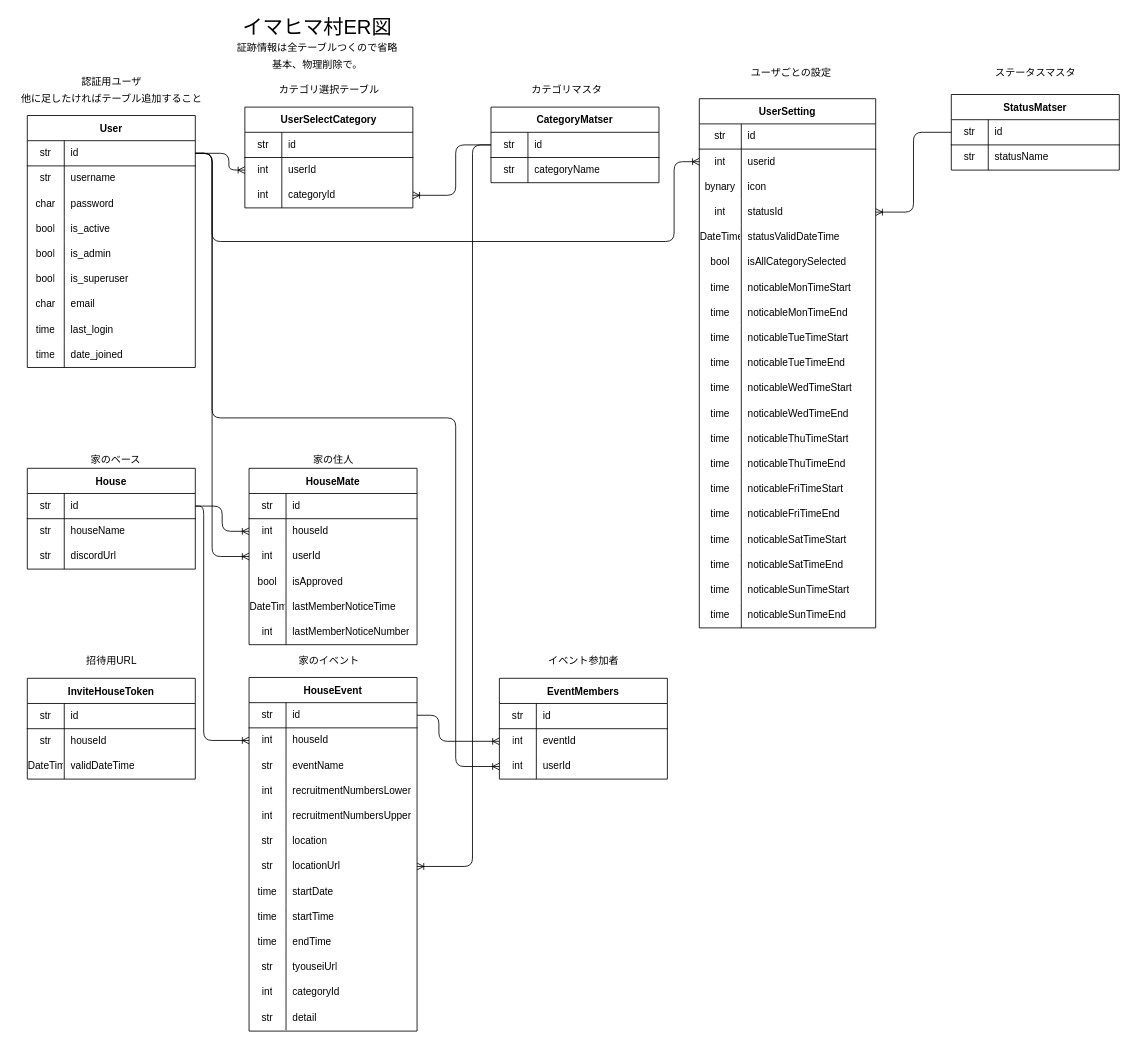
jafady/imahima_mura keeps this draw.io diagram as server/imahima_mura/ER.drawio. Above is the earlier version. Source tidied: cells renumbered, new cells numbered last; positions are measured from the earlier drawing's top-left corner, leaving out a move shared by most shapes. Both pictures are drawn from the tidied source at 84%, with x=0, y=0 at pixel (14, 14).
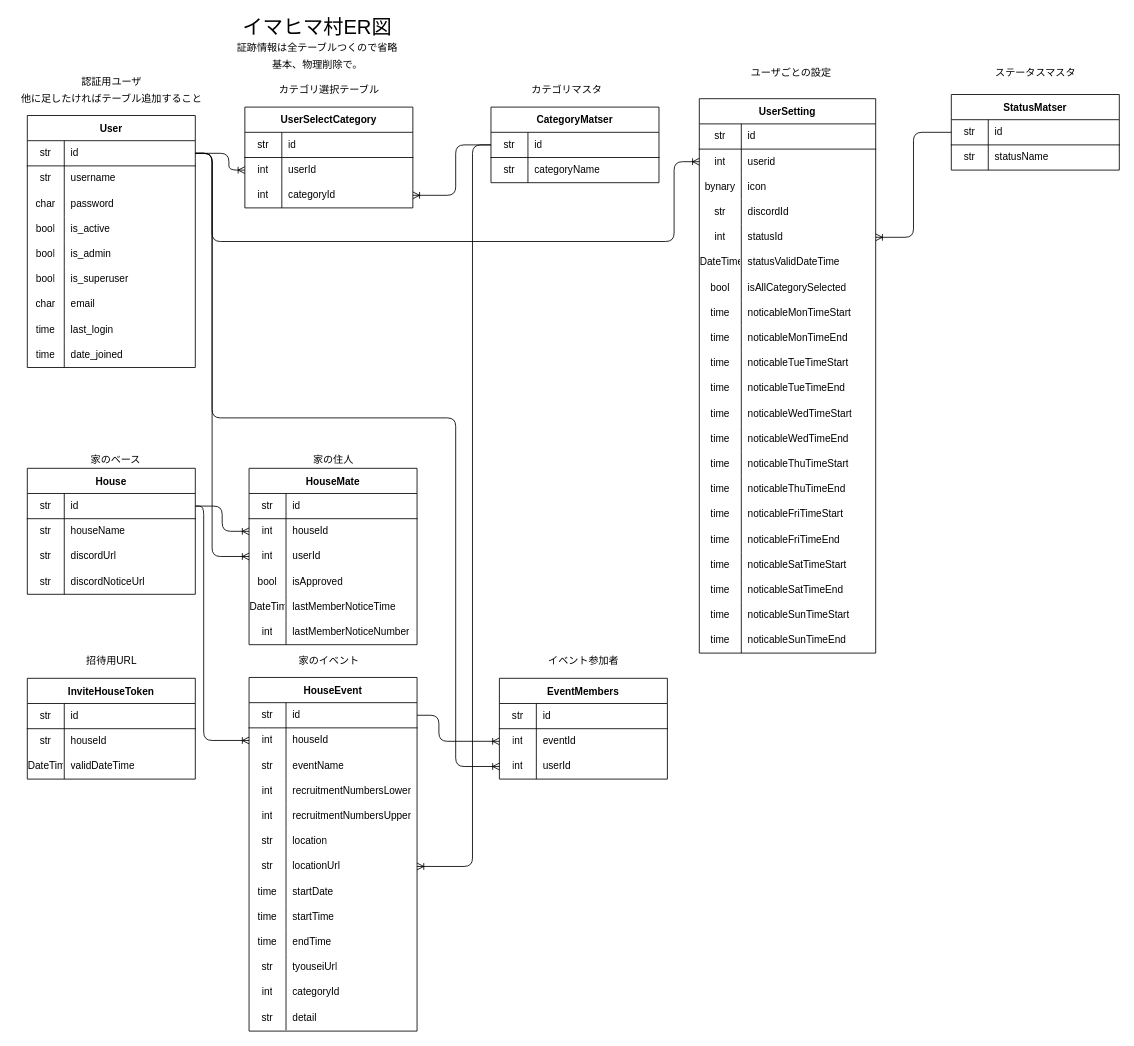
After the change.

What changed in the source:
```diff
@@
     <mxCell id="33" value="UserSetting" style="shape=table;startSize=30;childLayout=tableLayout;rowLines=0;fontStyle=1;align=center;" parent="1" vertex="1">
-      <mxGeometry x="815" y="100" width="210" height="630" as="geometry" />
+      <mxGeometry x="815" y="100" width="210" height="660" as="geometry" />
     </mxCell>
@@
+    <mxCell id="228" style="shape=partialRectangle;html=1;whiteSpace=wrap;fillColor=none;top=0;left=0;bottom=0;right=0;" parent="33" vertex="1">
+      <mxGeometry y="120" width="210" height="30" as="geometry" />
+    </mxCell>
+    <mxCell id="229" value="str" style="shape=partialRectangle;html=1;whiteSpace=wrap;fillColor=none;top=0;left=0;bottom=0;right=0;overflow=hidden;" parent="228" vertex="1">
+      <mxGeometry width="50" height="30" as="geometry" />
+    </mxCell>
+    <mxCell id="230" value="discordId" style="shape=partialRectangle;html=1;whiteSpace=wrap;fillColor=none;top=0;left=0;bottom=0;right=0;align=left;spacingLeft=6;overflow=hidden;" parent="228" vertex="1">
+      <mxGeometry x="50" width="160" height="30" as="geometry" />
+    </mxCell>
     <mxCell id="43" style="shape=partialRectangle;html=1;whiteSpace=wrap;fillColor=none;top=0;left=0;bottom=0;right=0;points=[[0,0.5],[1,0.5]];portConstraint=eastwest;" parent="33" vertex="1">
-      <mxGeometry y="120" width="210" height="30" as="geometry" />
+      <mxGeometry y="150" width="210" height="30" as="geometry" />
     </mxCell>
@@
     <mxCell id="46" style="shape=partialRectangle;html=1;whiteSpace=wrap;fillColor=none;top=0;left=0;bottom=0;right=0;" parent="33" vertex="1">
-      <mxGeometry y="150" width="210" height="30" as="geometry" />
+      <mxGeometry y="180" width="210" height="30" as="geometry" />
     </mxCell>
@@
     <mxCell id="49" style="shape=partialRectangle;html=1;whiteSpace=wrap;fillColor=none;top=0;left=0;bottom=0;right=0;" parent="33" vertex="1">
-      <mxGeometry y="180" width="210" height="30" as="geometry" />
+      <mxGeometry y="210" width="210" height="30" as="geometry" />
     </mxCell>
@@
     <mxCell id="52" style="shape=partialRectangle;html=1;whiteSpace=wrap;fillColor=none;top=0;left=0;bottom=0;right=0;" parent="33" vertex="1">
-      <mxGeometry y="210" width="210" height="30" as="geometry" />
+      <mxGeometry y="240" width="210" height="30" as="geometry" />
     </mxCell>
@@
     <mxCell id="55" style="shape=partialRectangle;html=1;whiteSpace=wrap;fillColor=none;top=0;left=0;bottom=0;right=0;" parent="33" vertex="1">
-      <mxGeometry y="240" width="210" height="30" as="geometry" />
+      <mxGeometry y="270" width="210" height="30" as="geometry" />
     </mxCell>
@@
     <mxCell id="58" style="shape=partialRectangle;html=1;whiteSpace=wrap;fillColor=none;top=0;left=0;bottom=0;right=0;" parent="33" vertex="1">
-      <mxGeometry y="270" width="210" height="30" as="geometry" />
+      <mxGeometry y="300" width="210" height="30" as="geometry" />
     </mxCell>
@@
     <mxCell id="61" style="shape=partialRectangle;html=1;whiteSpace=wrap;fillColor=none;top=0;left=0;bottom=0;right=0;" parent="33" vertex="1">
-      <mxGeometry y="300" width="210" height="30" as="geometry" />
+      <mxGeometry y="330" width="210" height="30" as="geometry" />
     </mxCell>
@@
     <mxCell id="64" style="shape=partialRectangle;html=1;whiteSpace=wrap;fillColor=none;top=0;left=0;bottom=0;right=0;" parent="33" vertex="1">
-      <mxGeometry y="330" width="210" height="30" as="geometry" />
+      <mxGeometry y="360" width="210" height="30" as="geometry" />
     </mxCell>
@@
     <mxCell id="67" style="shape=partialRectangle;html=1;whiteSpace=wrap;fillColor=none;top=0;left=0;bottom=0;right=0;" parent="33" vertex="1">
-      <mxGeometry y="360" width="210" height="30" as="geometry" />
+      <mxGeometry y="390" width="210" height="30" as="geometry" />
     </mxCell>
@@
     <mxCell id="70" style="shape=partialRectangle;html=1;whiteSpace=wrap;fillColor=none;top=0;left=0;bottom=0;right=0;" parent="33" vertex="1">
-      <mxGeometry y="390" width="210" height="30" as="geometry" />
+      <mxGeometry y="420" width="210" height="30" as="geometry" />
     </mxCell>
@@
     <mxCell id="73" style="shape=partialRectangle;html=1;whiteSpace=wrap;fillColor=none;top=0;left=0;bottom=0;right=0;" parent="33" vertex="1">
-      <mxGeometry y="420" width="210" height="30" as="geometry" />
+      <mxGeometry y="450" width="210" height="30" as="geometry" />
     </mxCell>
@@
     <mxCell id="76" style="shape=partialRectangle;html=1;whiteSpace=wrap;fillColor=none;top=0;left=0;bottom=0;right=0;" parent="33" vertex="1">
-      <mxGeometry y="450" width="210" height="30" as="geometry" />
+      <mxGeometry y="480" width="210" height="30" as="geometry" />
     </mxCell>
@@
     <mxCell id="79" style="shape=partialRectangle;html=1;whiteSpace=wrap;fillColor=none;top=0;left=0;bottom=0;right=0;" parent="33" vertex="1">
-      <mxGeometry y="480" width="210" height="30" as="geometry" />
+      <mxGeometry y="510" width="210" height="30" as="geometry" />
     </mxCell>
@@
     <mxCell id="82" style="shape=partialRectangle;html=1;whiteSpace=wrap;fillColor=none;top=0;left=0;bottom=0;right=0;" parent="33" vertex="1">
-      <mxGeometry y="510" width="210" height="30" as="geometry" />
+      <mxGeometry y="540" width="210" height="30" as="geometry" />
     </mxCell>
@@
     <mxCell id="85" style="shape=partialRectangle;html=1;whiteSpace=wrap;fillColor=none;top=0;left=0;bottom=0;right=0;" parent="33" vertex="1">
-      <mxGeometry y="540" width="210" height="30" as="geometry" />
+      <mxGeometry y="570" width="210" height="30" as="geometry" />
     </mxCell>
@@
     <mxCell id="88" style="shape=partialRectangle;html=1;whiteSpace=wrap;fillColor=none;top=0;left=0;bottom=0;right=0;" parent="33" vertex="1">
-      <mxGeometry y="570" width="210" height="30" as="geometry" />
+      <mxGeometry y="600" width="210" height="30" as="geometry" />
     </mxCell>
@@
     <mxCell id="91" style="shape=partialRectangle;html=1;whiteSpace=wrap;fillColor=none;top=0;left=0;bottom=0;right=0;" parent="33" vertex="1">
-      <mxGeometry y="600" width="210" height="30" as="geometry" />
+      <mxGeometry y="630" width="210" height="30" as="geometry" />
     </mxCell>
@@
     <mxCell id="126" value="House" style="shape=table;startSize=30;childLayout=tableLayout;rowLines=0;fontStyle=1;align=center;" parent="1" vertex="1">
-      <mxGeometry x="15" y="540" width="200" height="120" as="geometry" />
+      <mxGeometry x="15" y="540" width="200" height="150" as="geometry" />
     </mxCell>
@@
+    <mxCell id="231" style="shape=partialRectangle;html=1;whiteSpace=wrap;fillColor=none;top=0;left=0;bottom=0;right=0;" parent="126" vertex="1">
+      <mxGeometry y="120" width="200" height="30" as="geometry" />
+    </mxCell>
+    <mxCell id="232" value="str" style="shape=partialRectangle;html=1;whiteSpace=wrap;fillColor=none;top=0;left=0;bottom=0;right=0;overflow=hidden;" parent="231" vertex="1">
+      <mxGeometry width="44" height="30" as="geometry" />
+    </mxCell>
+    <mxCell id="233" value="discordNoticeUrl" style="shape=partialRectangle;html=1;whiteSpace=wrap;fillColor=none;top=0;left=0;bottom=0;right=0;align=left;spacingLeft=6;overflow=hidden;" parent="231" vertex="1">
+      <mxGeometry x="44" width="156" height="30" as="geometry" />
+    </mxCell>
```
